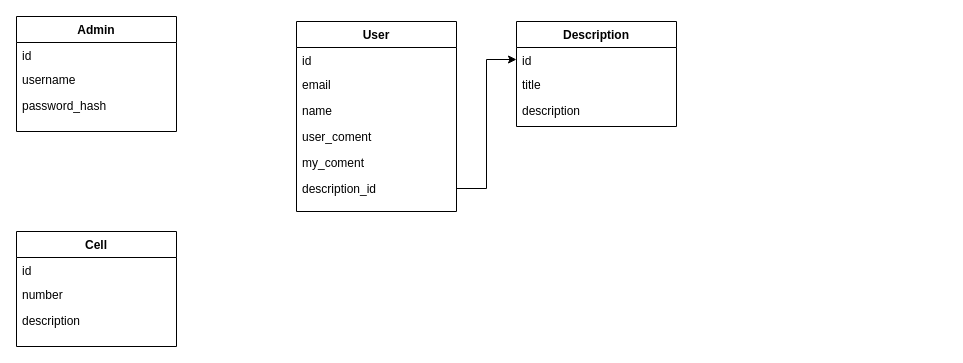
Before: Untitled Diagram.drawio in chikundant/AdminPanelFreelance, a draw.io diagram. Source tidied: cells renumbered, new cells numbered last; positions are measured from the earlier drawing's top-left corner, leaving out a move shared by most shapes. Both pictures are drawn from the tidied source at 100%, with x=0, y=0 at pixel (16, 16).
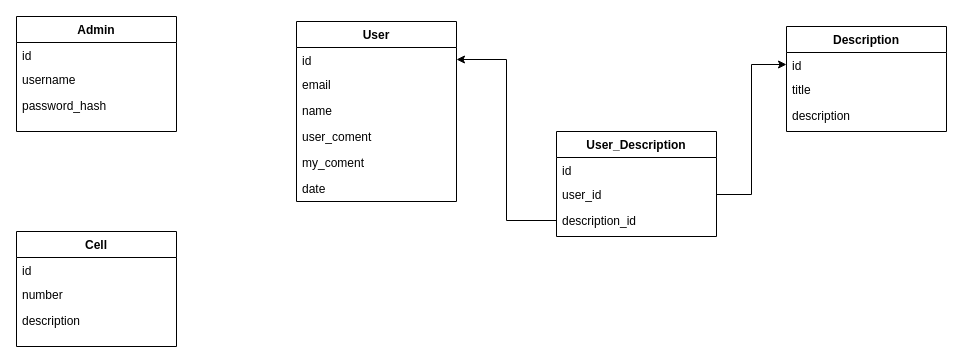
The same diagram, later.

The change refers to these unchanged cells:
```xml
<mxCell id="7" value="id" style="text;align=left;verticalAlign=top;spacingLeft=4;spacingRight=4;overflow=hidden;points=[[0,0.5],[1,0.5]];portConstraint=eastwest;" parent="6" vertex="1">
  <mxGeometry y="26" width="160" height="24" as="geometry" />
</mxCell>
<mxCell id="14" value="id" style="text;align=left;verticalAlign=top;spacingLeft=4;spacingRight=4;overflow=hidden;points=[[0,0.5],[1,0.5]];portConstraint=eastwest;" parent="13" vertex="1">
  <mxGeometry y="26" width="160" height="24" as="geometry" />
</mxCell>
```

The edit, as a diff of the source:
```diff
@@
     <mxCell id="6" value="User" style="swimlane;fontStyle=1;align=center;verticalAlign=top;horizontal=1;startSize=26;rounded=0;shadow=0;strokeWidth=1;" parent="1" vertex="1">
-      <mxGeometry x="280" y="5" width="160" height="190" as="geometry" />
+      <mxGeometry x="280" y="5" width="160" height="180" as="geometry" />
     </mxCell>
@@
-    <mxCell id="12" value="description_id" style="text;align=left;verticalAlign=top;spacingLeft=4;spacingRight=4;overflow=hidden;points=[[0,0.5],[1,0.5]];portConstraint=eastwest;" parent="6" vertex="1">
-      <mxGeometry y="154" width="160" height="26" as="geometry" />
-    </mxCell>
+    <mxCell id="22" value="date" style="text;align=left;verticalAlign=top;spacingLeft=4;spacingRight=4;overflow=hidden;" parent="6" vertex="1">
+      <mxGeometry y="154" width="160" height="26" as="geometry" />
+    </mxCell>
     <mxCell id="13" value="Description" style="swimlane;fontStyle=1;align=center;verticalAlign=top;horizontal=1;startSize=26;rounded=0;shadow=0;strokeWidth=1;" parent="1" vertex="1">
-      <mxGeometry x="500" y="5" width="160" height="105" as="geometry" />
+      <mxGeometry x="770" y="10" width="160" height="105" as="geometry" />
     </mxCell>
@@
-    <mxCell id="17" style="edgeStyle=orthogonalEdgeStyle;rounded=0;jettySize=auto;html=1;entryX=0;entryY=0.5;entryDx=0;entryDy=0;" parent="1" edge="1" source="12" target="14">
-      <mxGeometry relative="1" as="geometry" />
-    </mxCell>
@@
+    <mxCell id="23" value="User_Description" style="swimlane;fontStyle=1;align=center;verticalAlign=top;horizontal=1;startSize=26;rounded=0;shadow=0;strokeWidth=1;" parent="1" vertex="1">
+      <mxGeometry x="540" y="115" width="160" height="105" as="geometry" />
+    </mxCell>
+    <mxCell id="24" value="id" style="text;align=left;verticalAlign=top;spacingLeft=4;spacingRight=4;overflow=hidden;" parent="23" vertex="1">
+      <mxGeometry y="26" width="160" height="24" as="geometry" />
+    </mxCell>
+    <mxCell id="25" value="user_id" style="text;align=left;verticalAlign=top;spacingLeft=4;spacingRight=4;overflow=hidden;points=[[0,0.5],[1,0.5]];portConstraint=eastwest;" parent="23" vertex="1">
+      <mxGeometry y="50" width="160" height="26" as="geometry" />
+    </mxCell>
+    <mxCell id="12" value="description_id" style="text;align=left;verticalAlign=top;spacingLeft=4;spacingRight=4;overflow=hidden;points=[[0,0.5],[1,0.5]];portConstraint=eastwest;" parent="23" vertex="1">
+      <mxGeometry y="76" width="160" height="26" as="geometry" />
+    </mxCell>
+    <mxCell id="26" style="edgeStyle=orthogonalEdgeStyle;rounded=0;jettySize=auto;html=1;entryX=0;entryY=0.5;entryDx=0;entryDy=0;" parent="1" edge="1" source="25" target="14">
+      <mxGeometry relative="1" as="geometry" />
+    </mxCell>
+    <mxCell id="27" style="edgeStyle=orthogonalEdgeStyle;rounded=0;jettySize=auto;html=1;entryX=1;entryY=0.5;entryDx=0;entryDy=0;" parent="1" edge="1" source="12" target="7">
+      <mxGeometry relative="1" as="geometry" />
+    </mxCell>
```
